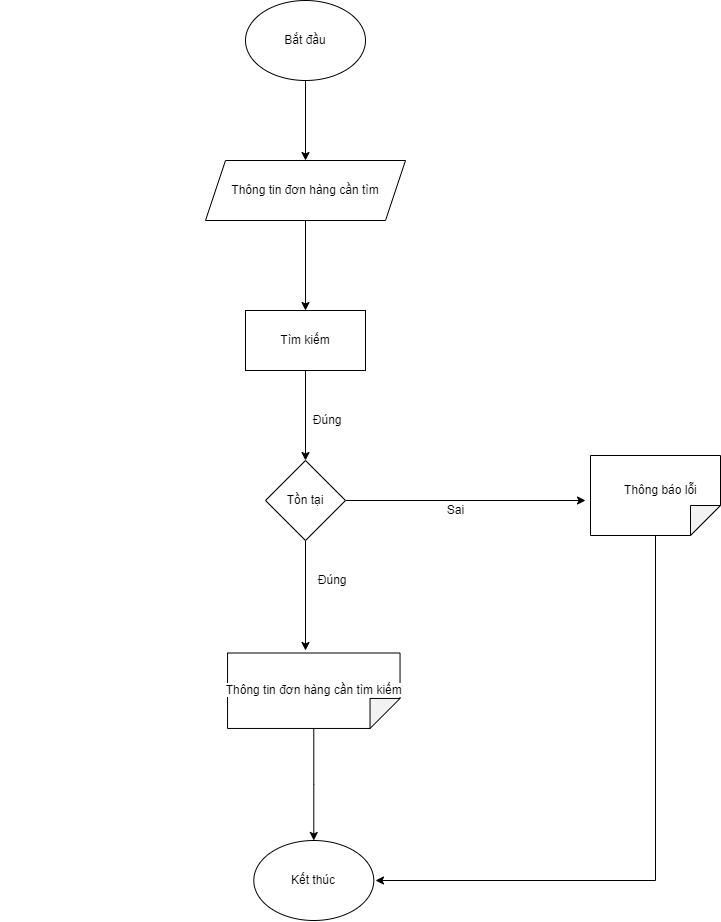
hungtadasuke/CoffeShop_SoftwareTechnology keeps this draw.io diagram as Word/PRD/PNG/timkiemhoadon.drawio.png. Above is the earlier version. Source tidied: cells renumbered, new cells last; positions are measured from the earlier drawing's top-left corner, leaving out a move shared by most shapes.
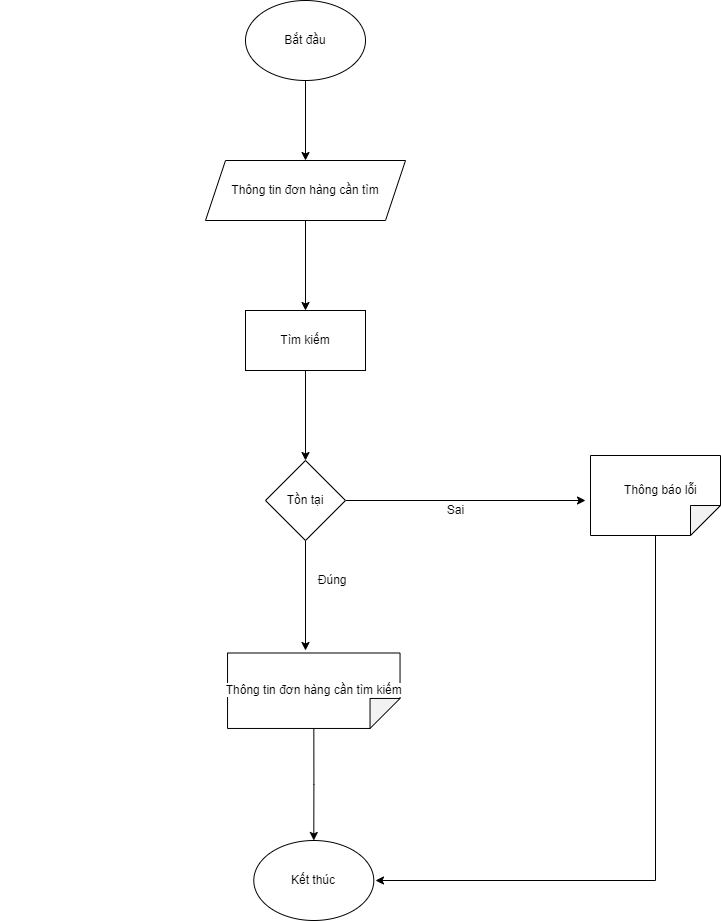
After the commit.

Diff of the diagram source:
```diff
@@ -53,9 +53,6 @@
     <mxCell id="15" value="Kết thúc" style="ellipse;whiteSpace=wrap;html=1;" parent="1" vertex="1">
       <mxGeometry x="253.3" y="840" width="120" height="80" as="geometry" />
     </mxCell>
-    <mxCell id="16" value="&amp;nbsp; &amp;nbsp; &amp;nbsp; &amp;nbsp; &amp;nbsp; &amp;nbsp; &amp;nbsp; &amp;nbsp; &amp;nbsp; &amp;nbsp;Đúng" style="text;html=1;align=center;verticalAlign=middle;strokeColor=none;fillColor=none;" parent="1" vertex="1">
-      <mxGeometry x="240" y="410" width="110" height="20" as="geometry" />
-    </mxCell>
     <mxCell id="17" value="&amp;nbsp; &amp;nbsp; &amp;nbsp; &amp;nbsp; &amp;nbsp; &amp;nbsp; &amp;nbsp; &amp;nbsp; &amp;nbsp; &amp;nbsp; &amp;nbsp; &amp;nbsp; &amp;nbsp; &amp;nbsp; &amp;nbsp; &amp;nbsp; &amp;nbsp; &amp;nbsp; &amp;nbsp; &amp;nbsp; &amp;nbsp; &amp;nbsp; &amp;nbsp; &amp;nbsp; &amp;nbsp; &amp;nbsp; &amp;nbsp; &amp;nbsp; &amp;nbsp; &amp;nbsp; &amp;nbsp; &amp;nbsp;Thông báo lỗi" style="text;html=1;align=center;verticalAlign=middle;strokeColor=none;fillColor=none;" parent="1" vertex="1">
       <mxGeometry x="405" y="480" width="300" height="20" as="geometry" />
     </mxCell>
```
